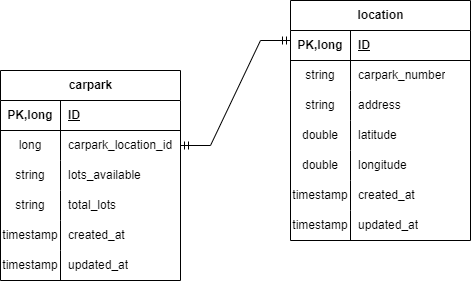
sulfaratnasari/spring-boot-postgresql-master keeps this draw.io diagram as img/diagram-erd.png. Above is the earlier version. Source tidied: cells renumbered, new cells last; positions are measured from the earlier drawing's top-left corner, leaving out a move shared by most shapes. Source of this version:
```xml
<mxGraphModel>
  <root>
    <mxCell id="0" />
    <mxCell id="1" parent="0" />
    <mxCell id="2" value="carpark" style="shape=table;startSize=30;rowLines=0;fontStyle=1;align=center;html=1;" parent="1" vertex="1">
      <mxGeometry y="70" width="180" height="210" as="geometry" />
    </mxCell>
    <mxCell id="3" style="shape=tableRow;horizontal=0;startSize=0;swimlaneHead=0;swimlaneBody=0;fillColor=none;top=0;left=0;right=0;bottom=1;" parent="2" vertex="1">
      <mxGeometry y="30" width="180" height="30" as="geometry" />
    </mxCell>
    <mxCell id="4" value="PK,long" style="shape=partialRectangle;fillColor=none;top=0;left=0;bottom=0;right=0;fontStyle=1;overflow=hidden;whiteSpace=wrap;html=1;" parent="3" vertex="1">
      <mxGeometry width="60" height="30" as="geometry" />
    </mxCell>
    <mxCell id="5" value="ID" style="shape=partialRectangle;fillColor=none;top=0;left=0;bottom=0;right=0;align=left;spacingLeft=6;fontStyle=5;overflow=hidden;whiteSpace=wrap;html=1;" parent="3" vertex="1">
      <mxGeometry x="60" width="120" height="30" as="geometry" />
    </mxCell>
    <mxCell id="6" style="shape=tableRow;horizontal=0;startSize=0;swimlaneHead=0;swimlaneBody=0;fillColor=none;points=[[0,0.5],[1,0.5]];portConstraint=eastwest;top=0;left=0;right=0;bottom=0;" parent="2" vertex="1">
      <mxGeometry y="60" width="180" height="30" as="geometry" />
    </mxCell>
    <mxCell id="7" value="long" style="shape=partialRectangle;fillColor=none;top=0;left=0;bottom=0;right=0;overflow=hidden;whiteSpace=wrap;html=1;" parent="6" vertex="1">
      <mxGeometry width="60" height="30" as="geometry" />
    </mxCell>
    <mxCell id="8" value="carpark_location_id" style="shape=partialRectangle;fillColor=none;top=0;left=0;bottom=0;right=0;align=left;spacingLeft=6;overflow=hidden;whiteSpace=wrap;html=1;" parent="6" vertex="1">
      <mxGeometry x="60" width="120" height="30" as="geometry" />
    </mxCell>
    <mxCell id="9" style="shape=tableRow;horizontal=0;startSize=0;swimlaneHead=0;swimlaneBody=0;fillColor=none;top=0;left=0;right=0;bottom=0;" parent="2" vertex="1">
      <mxGeometry y="90" width="180" height="30" as="geometry" />
    </mxCell>
    <mxCell id="10" value="string" style="shape=partialRectangle;fillColor=none;top=0;left=0;bottom=0;right=0;overflow=hidden;whiteSpace=wrap;html=1;" parent="9" vertex="1">
      <mxGeometry width="60" height="30" as="geometry" />
    </mxCell>
    <mxCell id="11" value="lots_available" style="shape=partialRectangle;fillColor=none;top=0;left=0;bottom=0;right=0;align=left;spacingLeft=6;overflow=hidden;whiteSpace=wrap;html=1;" parent="9" vertex="1">
      <mxGeometry x="60" width="120" height="30" as="geometry" />
    </mxCell>
    <mxCell id="12" style="shape=tableRow;horizontal=0;startSize=0;swimlaneHead=0;swimlaneBody=0;fillColor=none;top=0;left=0;right=0;bottom=0;" parent="2" vertex="1">
      <mxGeometry y="120" width="180" height="30" as="geometry" />
    </mxCell>
    <mxCell id="13" value="string" style="shape=partialRectangle;fillColor=none;top=0;left=0;bottom=0;right=0;overflow=hidden;whiteSpace=wrap;html=1;" parent="12" vertex="1">
      <mxGeometry width="60" height="30" as="geometry" />
    </mxCell>
    <mxCell id="14" value="total_lots" style="shape=partialRectangle;fillColor=none;top=0;left=0;bottom=0;right=0;align=left;spacingLeft=6;overflow=hidden;whiteSpace=wrap;html=1;" parent="12" vertex="1">
      <mxGeometry x="60" width="120" height="30" as="geometry" />
    </mxCell>
    <mxCell id="15" style="shape=tableRow;horizontal=0;startSize=0;swimlaneHead=0;swimlaneBody=0;fillColor=none;top=0;left=0;right=0;bottom=0;" parent="2" vertex="1">
      <mxGeometry y="150" width="180" height="30" as="geometry" />
    </mxCell>
    <mxCell id="16" value="timestamp" style="shape=partialRectangle;fillColor=none;top=0;left=0;bottom=0;right=0;overflow=hidden;whiteSpace=wrap;html=1;" parent="15" vertex="1">
      <mxGeometry width="60" height="30" as="geometry" />
    </mxCell>
    <mxCell id="17" value="created_at" style="shape=partialRectangle;fillColor=none;top=0;left=0;bottom=0;right=0;align=left;spacingLeft=6;overflow=hidden;whiteSpace=wrap;html=1;" parent="15" vertex="1">
      <mxGeometry x="60" width="120" height="30" as="geometry" />
    </mxCell>
    <mxCell id="18" style="shape=tableRow;horizontal=0;startSize=0;swimlaneHead=0;swimlaneBody=0;fillColor=none;top=0;left=0;right=0;bottom=0;" parent="2" vertex="1">
      <mxGeometry y="180" width="180" height="30" as="geometry" />
    </mxCell>
    <mxCell id="19" value="timestamp" style="shape=partialRectangle;fillColor=none;top=0;left=0;bottom=0;right=0;overflow=hidden;whiteSpace=wrap;html=1;" parent="18" vertex="1">
      <mxGeometry width="60" height="30" as="geometry" />
    </mxCell>
    <mxCell id="20" value="updated_at" style="shape=partialRectangle;fillColor=none;top=0;left=0;bottom=0;right=0;align=left;spacingLeft=6;overflow=hidden;whiteSpace=wrap;html=1;" parent="18" vertex="1">
      <mxGeometry x="60" width="120" height="30" as="geometry" />
    </mxCell>
    <mxCell id="21" value="location" style="shape=table;startSize=30;rowLines=0;fontStyle=1;align=center;html=1;" parent="1" vertex="1">
      <mxGeometry x="290" width="180" height="240" as="geometry" />
    </mxCell>
    <mxCell id="22" style="shape=tableRow;horizontal=0;startSize=0;swimlaneHead=0;swimlaneBody=0;fillColor=none;top=0;left=0;right=0;bottom=1;" parent="21" vertex="1">
      <mxGeometry y="30" width="180" height="30" as="geometry" />
    </mxCell>
    <mxCell id="23" value="PK,long" style="shape=partialRectangle;fillColor=none;top=0;left=0;bottom=0;right=0;fontStyle=1;overflow=hidden;whiteSpace=wrap;html=1;" parent="22" vertex="1">
      <mxGeometry width="60" height="30" as="geometry" />
    </mxCell>
    <mxCell id="24" value="ID" style="shape=partialRectangle;fillColor=none;top=0;left=0;bottom=0;right=0;align=left;spacingLeft=6;fontStyle=5;overflow=hidden;whiteSpace=wrap;html=1;" parent="22" vertex="1">
      <mxGeometry x="60" width="120" height="30" as="geometry" />
    </mxCell>
    <mxCell id="25" style="shape=tableRow;horizontal=0;startSize=0;swimlaneHead=0;swimlaneBody=0;fillColor=none;top=0;left=0;right=0;bottom=0;" parent="21" vertex="1">
      <mxGeometry y="60" width="180" height="30" as="geometry" />
    </mxCell>
    <mxCell id="26" value="string" style="shape=partialRectangle;fillColor=none;top=0;left=0;bottom=0;right=0;overflow=hidden;whiteSpace=wrap;html=1;" parent="25" vertex="1">
      <mxGeometry width="60" height="30" as="geometry" />
    </mxCell>
    <mxCell id="27" value="carpark_number" style="shape=partialRectangle;fillColor=none;top=0;left=0;bottom=0;right=0;align=left;spacingLeft=6;overflow=hidden;whiteSpace=wrap;html=1;" parent="25" vertex="1">
      <mxGeometry x="60" width="120" height="30" as="geometry" />
    </mxCell>
    <mxCell id="28" style="shape=tableRow;horizontal=0;startSize=0;swimlaneHead=0;swimlaneBody=0;fillColor=none;top=0;left=0;right=0;bottom=0;" parent="21" vertex="1">
      <mxGeometry y="90" width="180" height="30" as="geometry" />
    </mxCell>
    <mxCell id="29" value="string" style="shape=partialRectangle;fillColor=none;top=0;left=0;bottom=0;right=0;overflow=hidden;whiteSpace=wrap;html=1;" parent="28" vertex="1">
      <mxGeometry width="60" height="30" as="geometry" />
    </mxCell>
    <mxCell id="30" value="address" style="shape=partialRectangle;fillColor=none;top=0;left=0;bottom=0;right=0;align=left;spacingLeft=6;overflow=hidden;whiteSpace=wrap;html=1;" parent="28" vertex="1">
      <mxGeometry x="60" width="120" height="30" as="geometry" />
    </mxCell>
    <mxCell id="31" style="shape=tableRow;horizontal=0;startSize=0;swimlaneHead=0;swimlaneBody=0;fillColor=none;top=0;left=0;right=0;bottom=0;" parent="21" vertex="1">
      <mxGeometry y="120" width="180" height="30" as="geometry" />
    </mxCell>
    <mxCell id="32" value="double" style="shape=partialRectangle;fillColor=none;top=0;left=0;bottom=0;right=0;overflow=hidden;whiteSpace=wrap;html=1;" parent="31" vertex="1">
      <mxGeometry width="60" height="30" as="geometry" />
    </mxCell>
    <mxCell id="33" value="latitude" style="shape=partialRectangle;fillColor=none;top=0;left=0;bottom=0;right=0;align=left;spacingLeft=6;overflow=hidden;whiteSpace=wrap;html=1;" parent="31" vertex="1">
      <mxGeometry x="60" width="120" height="30" as="geometry" />
    </mxCell>
    <mxCell id="34" style="shape=tableRow;horizontal=0;startSize=0;swimlaneHead=0;swimlaneBody=0;fillColor=none;top=0;left=0;right=0;bottom=0;" parent="21" vertex="1">
      <mxGeometry y="150" width="180" height="30" as="geometry" />
    </mxCell>
    <mxCell id="35" value="double" style="shape=partialRectangle;fillColor=none;top=0;left=0;bottom=0;right=0;overflow=hidden;whiteSpace=wrap;html=1;" parent="34" vertex="1">
      <mxGeometry width="60" height="30" as="geometry" />
    </mxCell>
    <mxCell id="36" value="longitude" style="shape=partialRectangle;fillColor=none;top=0;left=0;bottom=0;right=0;align=left;spacingLeft=6;overflow=hidden;whiteSpace=wrap;html=1;" parent="34" vertex="1">
      <mxGeometry x="60" width="120" height="30" as="geometry" />
    </mxCell>
    <mxCell id="37" style="shape=tableRow;horizontal=0;startSize=0;swimlaneHead=0;swimlaneBody=0;fillColor=none;top=0;left=0;right=0;bottom=0;" parent="21" vertex="1">
      <mxGeometry y="180" width="180" height="30" as="geometry" />
    </mxCell>
    <mxCell id="38" value="timestamp" style="shape=partialRectangle;fillColor=none;top=0;left=0;bottom=0;right=0;overflow=hidden;whiteSpace=wrap;html=1;" parent="37" vertex="1">
      <mxGeometry width="60" height="30" as="geometry" />
    </mxCell>
    <mxCell id="39" value="created_at" style="shape=partialRectangle;fillColor=none;top=0;left=0;bottom=0;right=0;align=left;spacingLeft=6;overflow=hidden;whiteSpace=wrap;html=1;" parent="37" vertex="1">
      <mxGeometry x="60" width="120" height="30" as="geometry" />
    </mxCell>
    <mxCell id="40" style="shape=tableRow;horizontal=0;startSize=0;swimlaneHead=0;swimlaneBody=0;fillColor=none;top=0;left=0;right=0;bottom=0;" parent="21" vertex="1">
      <mxGeometry y="210" width="180" height="30" as="geometry" />
    </mxCell>
    <mxCell id="41" value="timestamp" style="shape=partialRectangle;fillColor=none;top=0;left=0;bottom=0;right=0;overflow=hidden;whiteSpace=wrap;html=1;" parent="40" vertex="1">
      <mxGeometry width="60" height="30" as="geometry" />
    </mxCell>
    <mxCell id="42" value="updated_at" style="shape=partialRectangle;fillColor=none;top=0;left=0;bottom=0;right=0;align=left;spacingLeft=6;overflow=hidden;whiteSpace=wrap;html=1;" parent="40" vertex="1">
      <mxGeometry x="60" width="120" height="30" as="geometry" />
    </mxCell>
    <mxCell id="43" style="edgeStyle=entityRelationEdgeStyle;fontSize=12;html=1;endArrow=ERmandOne;startArrow=ERmandOne;rounded=0;exitX=1;exitY=0.5;exitDx=0;exitDy=0;" parent="1" edge="1" source="6">
      <mxGeometry relative="1" as="geometry">
        <mxPoint x="290" y="40" as="targetPoint" />
      </mxGeometry>
    </mxCell>
  </root>
</mxGraphModel>
```
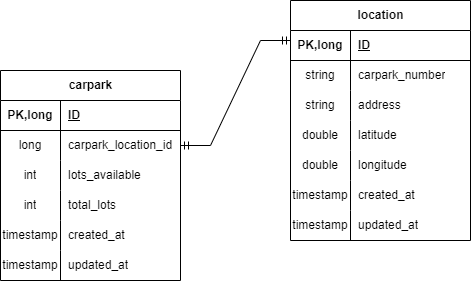
After the commit.

The edit, as a diff of the source:
```diff
@@ -26,7 +26,7 @@
     <mxCell id="9" style="shape=tableRow;horizontal=0;startSize=0;swimlaneHead=0;swimlaneBody=0;fillColor=none;top=0;left=0;right=0;bottom=0;" parent="2" vertex="1">
       <mxGeometry y="90" width="180" height="30" as="geometry" />
     </mxCell>
-    <mxCell id="10" value="string" style="shape=partialRectangle;fillColor=none;top=0;left=0;bottom=0;right=0;overflow=hidden;whiteSpace=wrap;html=1;" parent="9" vertex="1">
+    <mxCell id="10" value="int" style="shape=partialRectangle;fillColor=none;top=0;left=0;bottom=0;right=0;overflow=hidden;whiteSpace=wrap;html=1;" parent="9" vertex="1">
       <mxGeometry width="60" height="30" as="geometry" />
     </mxCell>
     <mxCell id="11" value="lots_available" style="shape=partialRectangle;fillColor=none;top=0;left=0;bottom=0;right=0;align=left;spacingLeft=6;overflow=hidden;whiteSpace=wrap;html=1;" parent="9" vertex="1">
@@ -35,7 +35,7 @@
     <mxCell id="12" style="shape=tableRow;horizontal=0;startSize=0;swimlaneHead=0;swimlaneBody=0;fillColor=none;top=0;left=0;right=0;bottom=0;" parent="2" vertex="1">
       <mxGeometry y="120" width="180" height="30" as="geometry" />
     </mxCell>
-    <mxCell id="13" value="string" style="shape=partialRectangle;fillColor=none;top=0;left=0;bottom=0;right=0;overflow=hidden;whiteSpace=wrap;html=1;" parent="12" vertex="1">
+    <mxCell id="13" value="int" style="shape=partialRectangle;fillColor=none;top=0;left=0;bottom=0;right=0;overflow=hidden;whiteSpace=wrap;html=1;" parent="12" vertex="1">
       <mxGeometry width="60" height="30" as="geometry" />
     </mxCell>
     <mxCell id="14" value="total_lots" style="shape=partialRectangle;fillColor=none;top=0;left=0;bottom=0;right=0;align=left;spacingLeft=6;overflow=hidden;whiteSpace=wrap;html=1;" parent="12" vertex="1">
```
